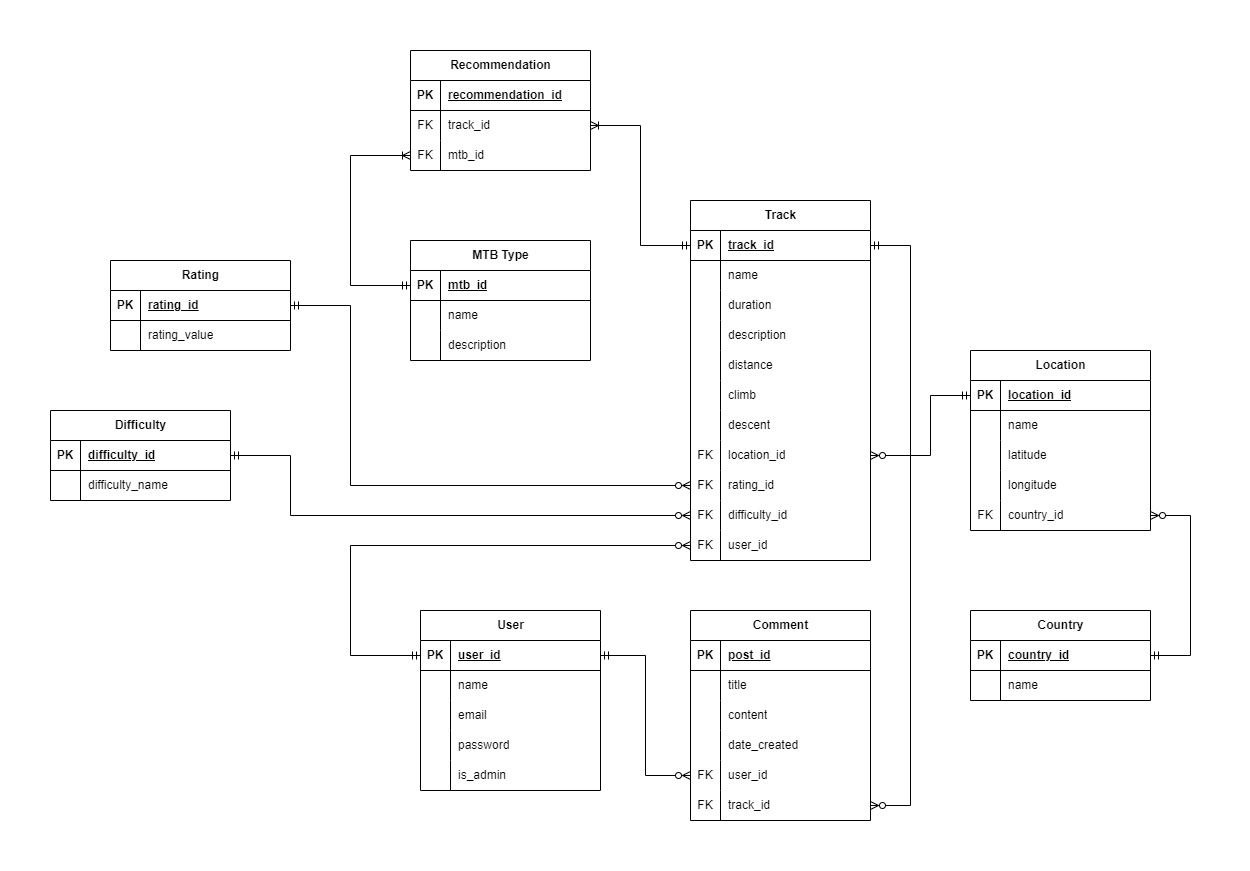
Earlier version of the draw.io export docs/mtb_erd.drawio.png (jeevanng/mountain_bike_api). Source tidied: cells renumbered, new cells last; positions are measured from the earlier drawing's top-left corner, leaving out a move shared by most shapes.
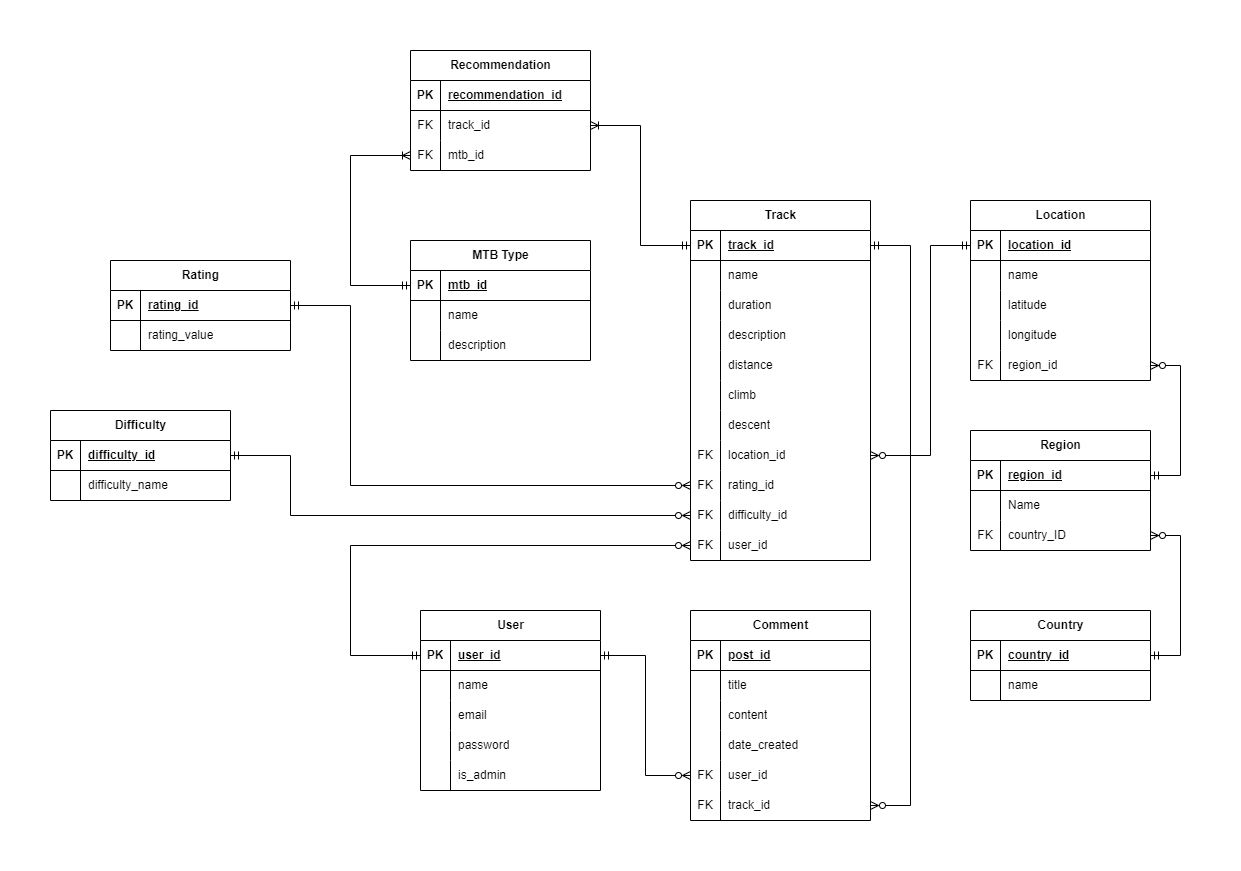
Above is the later version.

Commit message:
Updated ERD, added region entity

What changed in the source:
```diff
@@ -24,7 +24,7 @@
       <mxGeometry x="30" width="150" height="30" as="geometry" />
     </mxCell>
     <mxCell id="9" value="Location" style="shape=table;startSize=30;rowLines=0;fontStyle=1;align=center;html=1;" parent="1" vertex="1">
-      <mxGeometry x="920" y="300" width="180" height="180" as="geometry" />
+      <mxGeometry x="920" y="150" width="180" height="180" as="geometry" />
     </mxCell>
     <mxCell id="10" style="shape=tableRow;horizontal=0;startSize=0;swimlaneHead=0;swimlaneBody=0;fillColor=none;points=[[0,0.5],[1,0.5]];portConstraint=eastwest;top=0;left=0;right=0;bottom=1;" parent="9" vertex="1">
       <mxGeometry y="30" width="180" height="30" as="geometry" />
@@ -68,7 +68,7 @@
     <mxCell id="23" value="FK" style="shape=partialRectangle;fillColor=none;top=0;left=0;bottom=0;right=0;overflow=hidden;whiteSpace=wrap;html=1;" parent="22" vertex="1">
       <mxGeometry width="30" height="30" as="geometry" />
     </mxCell>
-    <mxCell id="24" value="country_id" style="shape=partialRectangle;fillColor=none;top=0;left=0;bottom=0;right=0;align=left;spacingLeft=6;overflow=hidden;whiteSpace=wrap;html=1;" parent="22" vertex="1">
+    <mxCell id="24" value="region_id" style="shape=partialRectangle;fillColor=none;top=0;left=0;bottom=0;right=0;align=left;spacingLeft=6;overflow=hidden;whiteSpace=wrap;html=1;" parent="22" vertex="1">
       <mxGeometry x="30" width="150" height="30" as="geometry" />
     </mxCell>
     <mxCell id="25" value="Track" style="shape=table;startSize=30;rowLines=0;fontStyle=1;align=center;html=1;" parent="1" vertex="1">
@@ -233,14 +233,6 @@
     <mxCell id="78" value="mtb_id" style="shape=partialRectangle;fillColor=none;top=0;left=0;bottom=0;right=0;align=left;spacingLeft=6;overflow=hidden;whiteSpace=wrap;html=1;" parent="76" vertex="1">
       <mxGeometry x="30" width="150" height="30" as="geometry" />
     </mxCell>
-    <mxCell id="79" style="edgeStyle=orthogonalEdgeStyle;fontSize=12;html=1;endArrow=ERmandOne;rounded=0;exitX=1;exitY=0.5;exitDx=0;exitDy=0;entryX=0;entryY=0.5;entryDx=0;entryDy=0;endFill=0;startArrow=ERzeroToMany;startFill=0;" parent="1" edge="1" source="47" target="10">
-      <mxGeometry relative="1" as="geometry">
-        <Array as="points">
-          <mxPoint x="880" y="405" />
-          <mxPoint x="880" y="345" />
-        </Array>
-      </mxGeometry>
-    </mxCell>
     <mxCell id="80" style="edgeStyle=orthogonalEdgeStyle;fontSize=12;html=1;endArrow=ERoneToMany;rounded=0;exitX=0;exitY=0.5;exitDx=0;exitDy=0;entryX=0;entryY=0.5;entryDx=0;entryDy=0;startArrow=ERmandOne;startFill=0;endFill=0;" parent="1" edge="1" source="60" target="76">
       <mxGeometry relative="1" as="geometry">
         <Array as="points">
@@ -434,13 +426,59 @@
         </Array>
       </mxGeometry>
     </mxCell>
-    <mxCell id="136" style="edgeStyle=orthogonalEdgeStyle;fontSize=12;html=1;endArrow=ERzeroToMany;rounded=0;exitX=1;exitY=0.5;exitDx=0;exitDy=0;entryX=1;entryY=0.5;entryDx=0;entryDy=0;endFill=0;startArrow=ERmandOne;startFill=0;" parent="1" edge="1" source="3" target="22">
-      <mxGeometry relative="1" as="geometry">
-        <Array as="points">
-          <mxPoint x="1140" y="605" />
-          <mxPoint x="1140" y="465" />
-        </Array>
-      </mxGeometry>
-    </mxCell>
+    <mxCell id="137" value="Region" style="shape=table;startSize=30;rowLines=0;fontStyle=1;align=center;html=1;" parent="1" vertex="1">
+      <mxGeometry x="920" y="380" width="180" height="120" as="geometry" />
+    </mxCell>
+    <mxCell id="138" style="shape=tableRow;horizontal=0;startSize=0;swimlaneHead=0;swimlaneBody=0;fillColor=none;points=[[0,0.5],[1,0.5]];portConstraint=eastwest;top=0;left=0;right=0;bottom=1;" parent="137" vertex="1">
+      <mxGeometry y="30" width="180" height="30" as="geometry" />
+    </mxCell>
+    <mxCell id="139" value="PK" style="shape=partialRectangle;fillColor=none;top=0;left=0;bottom=0;right=0;fontStyle=1;overflow=hidden;whiteSpace=wrap;html=1;" parent="138" vertex="1">
+      <mxGeometry width="30" height="30" as="geometry" />
+    </mxCell>
+    <mxCell id="140" value="region_id" style="shape=partialRectangle;fillColor=none;top=0;left=0;bottom=0;right=0;align=left;spacingLeft=6;fontStyle=5;overflow=hidden;whiteSpace=wrap;html=1;" parent="138" vertex="1">
+      <mxGeometry x="30" width="150" height="30" as="geometry" />
+    </mxCell>
+    <mxCell id="141" style="shape=tableRow;horizontal=0;startSize=0;swimlaneHead=0;swimlaneBody=0;fillColor=none;top=0;left=0;right=0;bottom=0;" parent="137" vertex="1">
+      <mxGeometry y="60" width="180" height="30" as="geometry" />
+    </mxCell>
+    <mxCell id="142" style="shape=partialRectangle;fillColor=none;top=0;left=0;bottom=0;right=0;overflow=hidden;whiteSpace=wrap;html=1;" parent="141" vertex="1">
+      <mxGeometry width="30" height="30" as="geometry" />
+    </mxCell>
+    <mxCell id="143" value="Name" style="shape=partialRectangle;fillColor=none;top=0;left=0;bottom=0;right=0;align=left;spacingLeft=6;overflow=hidden;whiteSpace=wrap;html=1;" parent="141" vertex="1">
+      <mxGeometry x="30" width="150" height="30" as="geometry" />
+    </mxCell>
+    <mxCell id="144" style="shape=tableRow;horizontal=0;startSize=0;swimlaneHead=0;swimlaneBody=0;fillColor=none;points=[[0,0.5],[1,0.5]];portConstraint=eastwest;top=0;left=0;right=0;bottom=0;" parent="137" vertex="1">
+      <mxGeometry y="90" width="180" height="30" as="geometry" />
+    </mxCell>
+    <mxCell id="145" value="FK" style="shape=partialRectangle;fillColor=none;top=0;left=0;bottom=0;right=0;overflow=hidden;whiteSpace=wrap;html=1;" parent="144" vertex="1">
+      <mxGeometry width="30" height="30" as="geometry" />
+    </mxCell>
+    <mxCell id="146" value="country_ID" style="shape=partialRectangle;fillColor=none;top=0;left=0;bottom=0;right=0;align=left;spacingLeft=6;overflow=hidden;whiteSpace=wrap;html=1;" parent="144" vertex="1">
+      <mxGeometry x="30" width="150" height="30" as="geometry" />
+    </mxCell>
+    <mxCell id="147" style="edgeStyle=orthogonalEdgeStyle;fontSize=12;html=1;endArrow=ERzeroToMany;endFill=1;rounded=0;exitX=1;exitY=0.5;exitDx=0;exitDy=0;entryX=1;entryY=0.5;entryDx=0;entryDy=0;startArrow=ERmandOne;startFill=0;" parent="1" edge="1" source="3" target="144">
+      <mxGeometry relative="1" as="geometry">
+        <Array as="points">
+          <mxPoint x="1130" y="605" />
+          <mxPoint x="1130" y="485" />
+        </Array>
+      </mxGeometry>
+    </mxCell>
+    <mxCell id="148" style="edgeStyle=orthogonalEdgeStyle;fontSize=12;html=1;endArrow=ERzeroToMany;endFill=1;rounded=0;exitX=1;exitY=0.5;exitDx=0;exitDy=0;entryX=1;entryY=0.5;entryDx=0;entryDy=0;startArrow=ERmandOne;startFill=0;" parent="1" edge="1" source="138" target="22">
+      <mxGeometry relative="1" as="geometry">
+        <Array as="points">
+          <mxPoint x="1130" y="425" />
+          <mxPoint x="1130" y="315" />
+        </Array>
+      </mxGeometry>
+    </mxCell>
+    <mxCell id="79" style="edgeStyle=orthogonalEdgeStyle;fontSize=12;html=1;endArrow=ERmandOne;endFill=0;rounded=0;entryX=0;entryY=0.5;entryDx=0;entryDy=0;exitX=1;exitY=0.5;exitDx=0;exitDy=0;startArrow=ERzeroToMany;startFill=0;" parent="1" edge="1" source="47" target="10">
+      <mxGeometry relative="1" as="geometry">
+        <Array as="points">
+          <mxPoint x="880" y="405" />
+          <mxPoint x="880" y="195" />
+        </Array>
+      </mxGeometry>
+    </mxCell>
   </root>
 </mxGraphModel>
```
